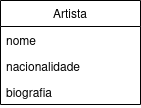
leorsd/ESOF_UML keeps this draw.io diagram as UML1.drawio.png. Above is the earlier version. Source tidied: cells renumbered, new cells last; positions are measured from the earlier drawing's top-left corner, leaving out a move shared by most shapes.
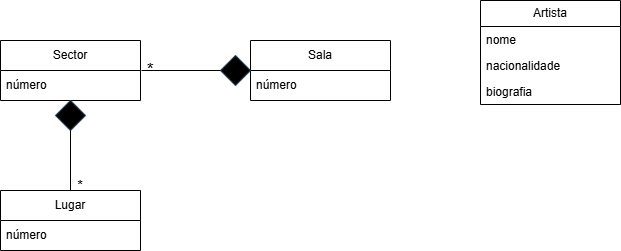
Above is the later version.

Diff of the diagram source:
```diff
@@ -14,5 +14,46 @@
     <mxCell id="5" value="biografia" style="text;strokeColor=none;fillColor=none;align=left;verticalAlign=top;spacingLeft=4;spacingRight=4;overflow=hidden;whiteSpace=wrap;html=1;" parent="2" vertex="1">
       <mxGeometry y="78" width="140" height="26" as="geometry" />
     </mxCell>
+    <mxCell id="6" value="Sala" style="swimlane;fontStyle=0;horizontal=1;startSize=30;whiteSpace=wrap;html=1;" parent="1" vertex="1">
+      <mxGeometry x="-230" y="40" width="140" height="60" as="geometry" />
+    </mxCell>
+    <mxCell id="7" value="número" style="text;strokeColor=none;fillColor=none;align=left;verticalAlign=middle;spacingLeft=4;spacingRight=4;overflow=hidden;whiteSpace=wrap;html=1;" parent="6" vertex="1">
+      <mxGeometry y="30" width="140" height="30" as="geometry" />
+    </mxCell>
+    <mxCell id="8" value="Sector" style="swimlane;fontStyle=0;horizontal=1;startSize=30;whiteSpace=wrap;html=1;" parent="1" vertex="1">
+      <mxGeometry x="-480" y="40" width="140" height="60" as="geometry" />
+    </mxCell>
+    <mxCell id="9" value="número" style="text;strokeColor=none;fillColor=none;align=left;verticalAlign=middle;spacingLeft=4;spacingRight=4;overflow=hidden;whiteSpace=wrap;html=1;" parent="8" vertex="1">
+      <mxGeometry y="30" width="140" height="30" as="geometry" />
+    </mxCell>
+    <mxCell id="10" style="rhombus;whiteSpace=wrap;html=1;strokeColor=#314354;fillColor=#000000;fontColor=#ffffff;" parent="1" vertex="1">
+      <mxGeometry x="-260" y="55" width="30" height="30" as="geometry" />
+    </mxCell>
+    <mxCell id="11" style="endArrow=none;html=1;rounded=0;" parent="1" edge="1">
+      <mxGeometry relative="1" as="geometry">
+        <mxPoint x="-339" y="70" as="sourcePoint" />
+        <mxPoint x="-260" y="70" as="targetPoint" />
+      </mxGeometry>
+    </mxCell>
+    <mxCell id="12" value="&lt;font style=&quot;font-size: 17px;&quot;&gt;*&lt;/font&gt;" style="text;html=1;align=center;verticalAlign=middle;whiteSpace=wrap;rounded=0;" parent="1" vertex="1">
+      <mxGeometry x="-360" y="55" width="60" height="30" as="geometry" />
+    </mxCell>
+    <mxCell id="13" value="Lugar" style="swimlane;fontStyle=0;horizontal=1;startSize=30;whiteSpace=wrap;html=1;" parent="1" vertex="1">
+      <mxGeometry x="-480" y="190" width="140" height="60" as="geometry" />
+    </mxCell>
+    <mxCell id="14" value="número" style="text;strokeColor=none;fillColor=none;align=left;verticalAlign=middle;spacingLeft=4;spacingRight=4;overflow=hidden;whiteSpace=wrap;html=1;" parent="13" vertex="1">
+      <mxGeometry y="30" width="140" height="30" as="geometry" />
+    </mxCell>
+    <mxCell id="15" style="rhombus;whiteSpace=wrap;html=1;strokeColor=#314354;fillColor=#000000;fontColor=#ffffff;" parent="1" vertex="1">
+      <mxGeometry x="-425" y="100" width="30" height="30" as="geometry" />
+    </mxCell>
+    <mxCell id="16" style="endArrow=none;html=1;rounded=0;" parent="1" edge="1" source="13">
+      <mxGeometry relative="1" as="geometry">
+        <mxPoint x="-410" y="130" as="targetPoint" />
+      </mxGeometry>
+    </mxCell>
+    <mxCell id="17" value="&lt;font style=&quot;font-size: 14px;&quot;&gt;*&lt;/font&gt;" style="text;html=1;align=center;verticalAlign=middle;whiteSpace=wrap;rounded=0;" parent="1" vertex="1">
+      <mxGeometry x="-430" y="170" width="60" height="30" as="geometry" />
+    </mxCell>
   </root>
 </mxGraphModel>
```
